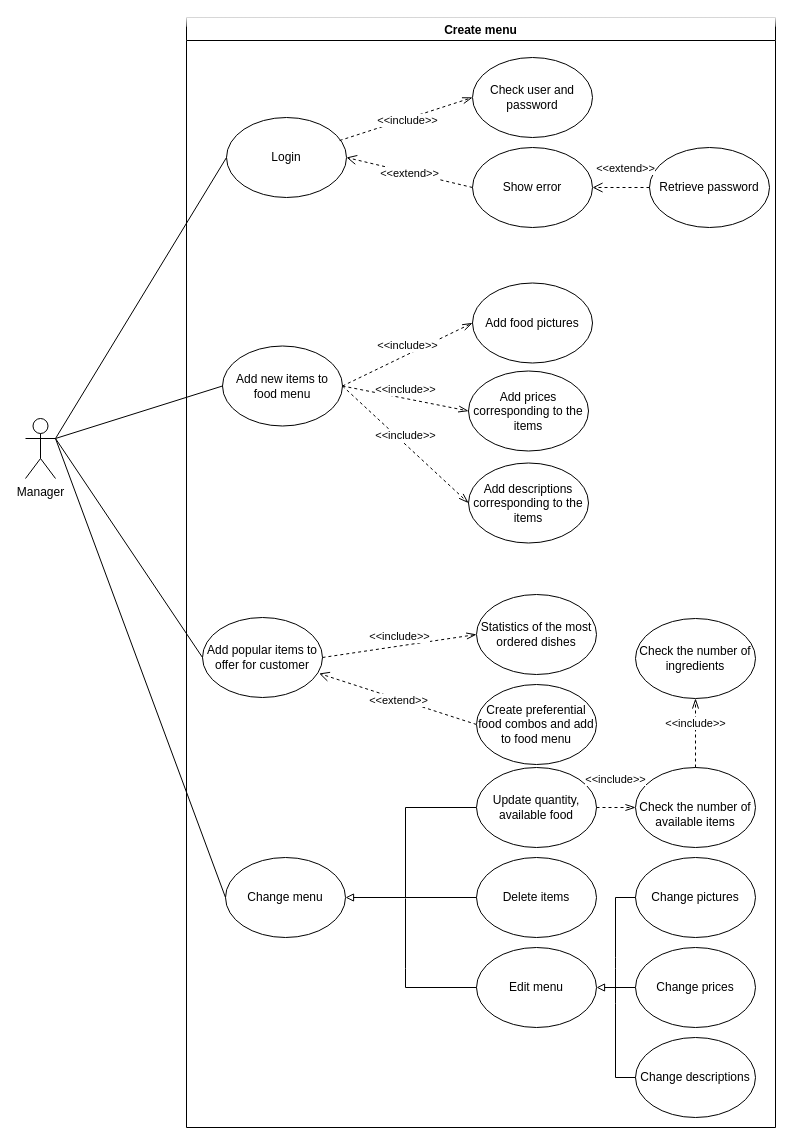
The draw.io diagram task1/task13/CreateMenu/createMenu.drawio in bibom108/Restaurant_POS, before the edit. Source tidied: cells renumbered, new cells numbered last; positions are measured from the earlier drawing's top-left corner, leaving out a move shared by most shapes. Both pictures are drawn from the tidied source at 100%, with x=0, y=0 at pixel (25, 17).
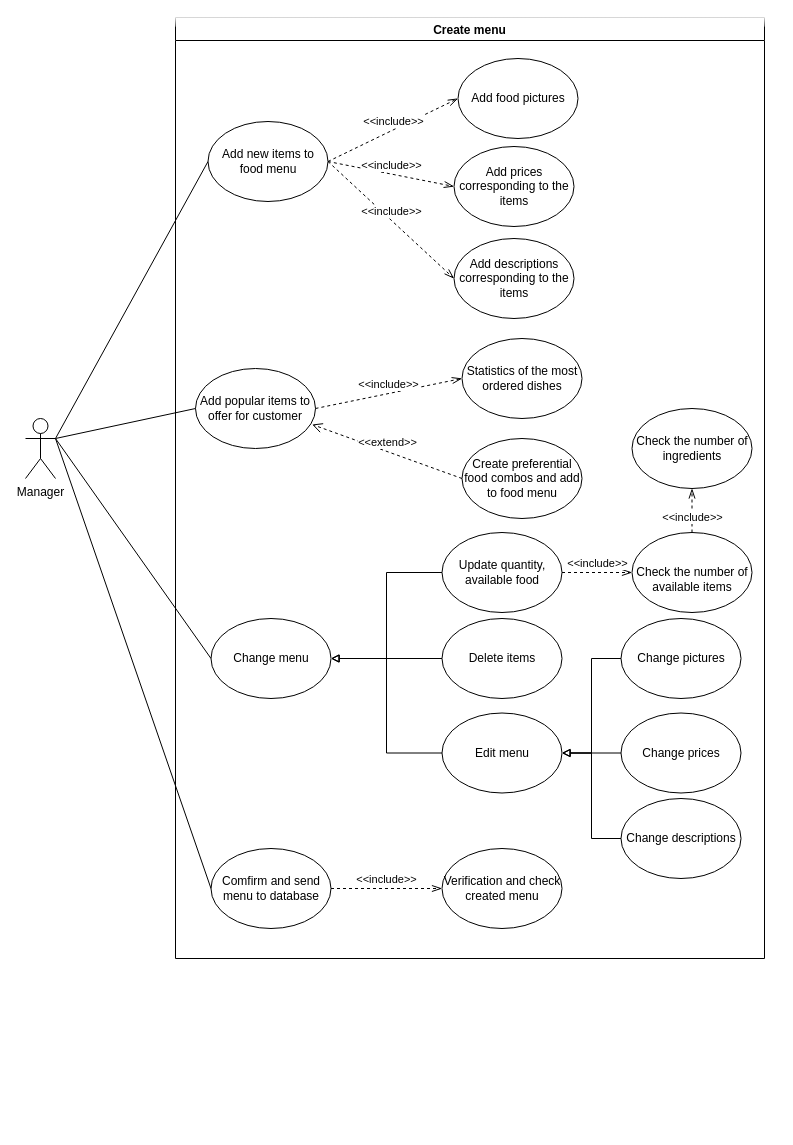
The same page after the edit.

Unchanged cells that the change refers to:
```xml
<mxCell id="35" value="Manager" style="shape=umlActor;verticalLabelPosition=bottom;verticalAlign=top;html=1;outlineConnect=0;" parent="1" vertex="1">
  <mxGeometry y="401" width="30" height="60" as="geometry" />
</mxCell>
```

The edit, as a diff of the source:
```diff
@@
     <mxCell id="2" value="Create menu" style="swimlane;rounded=0;shadow=0;glass=1;sketch=0;fontFamily=Helvetica;strokeColor=#000000;gradientDirection=north;swimlaneFillColor=#ffffff;" parent="1" vertex="1">
-      <mxGeometry x="161" width="589" height="1110" as="geometry" />
+      <mxGeometry x="150" width="589" height="941" as="geometry" />
     </mxCell>
-    <mxCell id="3" value="Login" style="ellipse;whiteSpace=wrap;html=1;rounded=0;shadow=0;glass=1;sketch=0;fontFamily=Helvetica;strokeColor=#000000;" parent="2" vertex="1">
-      <mxGeometry x="40" y="100" width="120" height="80" as="geometry" />
-    </mxCell>
-    <mxCell id="4" value="Check user and password" style="ellipse;whiteSpace=wrap;html=1;rounded=0;shadow=0;glass=1;sketch=0;fontFamily=Helvetica;strokeColor=#000000;" parent="2" vertex="1">
-      <mxGeometry x="286" y="40" width="120" height="80" as="geometry" />
-    </mxCell>
-    <mxCell id="5" value="Show error" style="ellipse;whiteSpace=wrap;html=1;rounded=0;shadow=0;glass=1;sketch=0;fontFamily=Helvetica;strokeColor=#000000;" parent="2" vertex="1">
-      <mxGeometry x="286" y="130" width="120" height="80" as="geometry" />
-    </mxCell>
-    <mxCell id="6" value="&amp;lt;&amp;lt;include&amp;gt;&amp;gt;" style="html=1;verticalAlign=bottom;endArrow=openThin;dashed=1;endSize=8;entryX=0;entryY=0.5;entryDx=0;entryDy=0;exitX=0.943;exitY=0.288;exitDx=0;exitDy=0;exitPerimeter=0;endFill=0;" parent="2" edge="1" source="3" target="4">
-      <mxGeometry x="-0.02" y="-10" relative="1" as="geometry" />
-    </mxCell>
-    <mxCell id="7" value="&amp;lt;&amp;lt;extend&amp;gt;&amp;gt;" style="html=1;verticalAlign=bottom;endArrow=open;dashed=1;endSize=8;exitX=0;exitY=0.5;exitDx=0;exitDy=0;entryX=1;entryY=0.5;entryDx=0;entryDy=0;" parent="2" edge="1" source="5" target="3">
-      <mxGeometry x="-0.05" y="10" relative="1" as="geometry" />
-    </mxCell>
     <mxCell id="8" value="&lt;br&gt;Check the number of available items" style="ellipse;whiteSpace=wrap;html=1;align=center;verticalAlign=middle;labelPosition=center;verticalLabelPosition=middle;" parent="2" vertex="1">
-      <mxGeometry x="449" y="750" width="120" height="80" as="geometry" />
+      <mxGeometry x="456.5" y="515" width="120" height="80" as="geometry" />
     </mxCell>
     <mxCell id="9" value="&lt;div style=&quot;&quot;&gt;&lt;span&gt;Check the number of ingredients&lt;/span&gt;&lt;/div&gt;" style="ellipse;whiteSpace=wrap;html=1;align=center;" parent="2" vertex="1">
-      <mxGeometry x="449" y="601" width="120" height="80" as="geometry" />
+      <mxGeometry x="456.5" y="391" width="120" height="80" as="geometry" />
     </mxCell>
     <mxCell id="10" value="&amp;lt;&amp;lt;include&amp;gt;&amp;gt;" style="html=1;verticalAlign=bottom;endArrow=openThin;dashed=1;endSize=8;exitX=0.5;exitY=0;exitDx=0;exitDy=0;entryX=0.5;entryY=1;entryDx=0;entryDy=0;endFill=0;" parent="2" edge="1" source="8" target="9">
-      <mxGeometry relative="1" as="geometry" />
+      <mxGeometry as="geometry">
+        <mxPoint y="16" as="offset" />
+      </mxGeometry>
     </mxCell>
     <mxCell id="11" value="Change menu" style="ellipse;whiteSpace=wrap;html=1;" parent="2" vertex="1">
-      <mxGeometry x="39" y="840" width="120" height="80" as="geometry" />
+      <mxGeometry x="35.5" y="601" width="120" height="80" as="geometry" />
     </mxCell>
     <mxCell id="12" value="Add new items to food menu" style="ellipse;whiteSpace=wrap;html=1;align=center;verticalAlign=middle;" parent="2" vertex="1">
-      <mxGeometry x="36" y="328.5" width="120" height="80" as="geometry" />
+      <mxGeometry x="32.5" y="104" width="120" height="80" as="geometry" />
     </mxCell>
     <mxCell id="13" value="Add popular items to offer for customer" style="ellipse;whiteSpace=wrap;html=1;align=center;verticalAlign=middle;" parent="2" vertex="1">
-      <mxGeometry x="16" y="600" width="120" height="80" as="geometry" />
+      <mxGeometry x="20" y="351" width="120" height="80" as="geometry" />
     </mxCell>
     <mxCell id="14" value="&amp;lt;&amp;lt;include&amp;gt;&amp;gt;" style="html=1;verticalAlign=bottom;endArrow=openThin;dashed=1;endSize=8;exitX=1;exitY=0.5;exitDx=0;exitDy=0;entryX=0;entryY=0.5;entryDx=0;entryDy=0;endFill=0;" parent="2" edge="1" source="12" target="18">
-      <mxGeometry relative="1" as="geometry" />
+      <mxGeometry x="203.5" y="100" as="geometry" />
     </mxCell>
     <mxCell id="15" value="&amp;lt;&amp;lt;include&amp;gt;&amp;gt;" style="html=1;verticalAlign=bottom;endArrow=openThin;dashed=1;endSize=8;exitX=1;exitY=0.5;exitDx=0;exitDy=0;entryX=0;entryY=0.5;entryDx=0;entryDy=0;endFill=0;" parent="2" edge="1" source="12" target="19">
-      <mxGeometry relative="1" as="geometry" />
+      <mxGeometry x="203.5" y="100" as="geometry" />
     </mxCell>
     <mxCell id="16" value="&amp;lt;&amp;lt;include&amp;gt;&amp;gt;" style="html=1;verticalAlign=bottom;endArrow=openThin;dashed=1;endSize=8;exitX=1;exitY=0.5;exitDx=0;exitDy=0;entryX=0;entryY=0.5;entryDx=0;entryDy=0;endFill=0;" parent="2" edge="1" source="12" target="23">
-      <mxGeometry relative="1" as="geometry" />
+      <mxGeometry x="203.5" y="100" as="geometry" />
     </mxCell>
     <mxCell id="17" value="&amp;lt;&amp;lt;extend&amp;gt;&amp;gt;" style="html=1;verticalAlign=bottom;endArrow=open;dashed=1;endSize=8;exitX=0;exitY=0.5;exitDx=0;exitDy=0;entryX=0.972;entryY=0.7;entryDx=0;entryDy=0;entryPerimeter=0;" parent="2" edge="1" source="22" target="13">
-      <mxGeometry x="-0.05" y="10" relative="1" as="geometry" />
+      <mxGeometry x="203.5" y="100" as="geometry" />
     </mxCell>
     <mxCell id="18" value="Add prices corresponding to the items" style="ellipse;whiteSpace=wrap;html=1;align=center;verticalAlign=middle;" parent="2" vertex="1">
-      <mxGeometry x="282" y="353.5" width="120" height="80" as="geometry" />
+      <mxGeometry x="278.5" y="129" width="120" height="80" as="geometry" />
     </mxCell>
     <mxCell id="19" value="Add descriptions corresponding to the items" style="ellipse;whiteSpace=wrap;html=1;align=center;verticalAlign=middle;" parent="2" vertex="1">
-      <mxGeometry x="282" y="445.5" width="120" height="80" as="geometry" />
+      <mxGeometry x="278.5" y="221" width="120" height="80" as="geometry" />
     </mxCell>
     <mxCell id="20" value="Statistics of the most ordered dishes" style="ellipse;whiteSpace=wrap;html=1;align=center;verticalAlign=middle;" parent="2" vertex="1">
-      <mxGeometry x="290" y="577" width="120" height="80" as="geometry" />
+      <mxGeometry x="286.5" y="321" width="120" height="80" as="geometry" />
     </mxCell>
     <mxCell id="21" value="&amp;lt;&amp;lt;include&amp;gt;&amp;gt;" style="html=1;verticalAlign=bottom;endArrow=openThin;dashed=1;endSize=8;exitX=1;exitY=0.5;exitDx=0;exitDy=0;entryX=0;entryY=0.5;entryDx=0;entryDy=0;endFill=0;" parent="2" edge="1" source="13" target="20">
-      <mxGeometry relative="1" as="geometry" />
+      <mxGeometry x="203.5" y="100" as="geometry" />
     </mxCell>
     <mxCell id="22" value="Create preferential food combos and add to food menu" style="ellipse;whiteSpace=wrap;html=1;align=center;verticalAlign=middle;" parent="2" vertex="1">
-      <mxGeometry x="290" y="667" width="120" height="80" as="geometry" />
+      <mxGeometry x="286.5" y="421" width="120" height="80" as="geometry" />
     </mxCell>
     <mxCell id="23" value="Add food pictures" style="ellipse;whiteSpace=wrap;html=1;align=center;verticalAlign=middle;" parent="2" vertex="1">
-      <mxGeometry x="286" y="265.5" width="120" height="80" as="geometry" />
+      <mxGeometry x="282.5" y="41" width="120" height="80" as="geometry" />
     </mxCell>
     <mxCell id="24" style="edgeStyle=orthogonalEdgeStyle;rounded=0;jettySize=auto;html=1;exitX=0;exitY=0.5;exitDx=0;exitDy=0;entryX=1;entryY=0.5;entryDx=0;entryDy=0;endArrow=block;endFill=0;" parent="2" edge="1" source="25" target="11">
-      <mxGeometry relative="1" as="geometry">
-        <Array as="points">
-          <mxPoint x="219" y="790" />
-          <mxPoint x="219" y="880" />
-        </Array>
-      </mxGeometry>
+      <mxGeometry relative="1" as="geometry" />
     </mxCell>
     <mxCell id="25" value="Update quantity, available food" style="ellipse;whiteSpace=wrap;html=1;" parent="2" vertex="1">
-      <mxGeometry x="290" y="750" width="120" height="80" as="geometry" />
+      <mxGeometry x="266.5" y="515" width="120" height="80" as="geometry" />
     </mxCell>
+    <mxCell id="44" style="edgeStyle=orthogonalEdgeStyle;rounded=0;jettySize=auto;html=1;exitX=0;exitY=0.5;exitDx=0;exitDy=0;entryX=1;entryY=0.5;entryDx=0;entryDy=0;endArrow=block;endFill=0;" parent="2" edge="1" source="26" target="11">
+      <mxGeometry relative="1" as="geometry" />
+    </mxCell>
     <mxCell id="26" value="Delete items" style="ellipse;whiteSpace=wrap;html=1;" parent="2" vertex="1">
-      <mxGeometry x="290" y="840" width="120" height="80" as="geometry" />
+      <mxGeometry x="266.5" y="601" width="120" height="80" as="geometry" />
     </mxCell>
+    <mxCell id="45" style="edgeStyle=orthogonalEdgeStyle;rounded=0;jettySize=auto;html=1;exitX=0;exitY=0.5;exitDx=0;exitDy=0;entryX=1;entryY=0.5;entryDx=0;entryDy=0;endArrow=block;endFill=0;" parent="2" edge="1" source="27" target="11">
+      <mxGeometry relative="1" as="geometry" />
+    </mxCell>
     <mxCell id="27" value="Edit menu" style="ellipse;whiteSpace=wrap;html=1;" parent="2" vertex="1">
-      <mxGeometry x="290" y="930" width="120" height="80" as="geometry" />
+      <mxGeometry x="266.5" y="695.5" width="120" height="80" as="geometry" />
     </mxCell>
+    <mxCell id="46" style="edgeStyle=orthogonalEdgeStyle;rounded=0;jettySize=auto;html=1;exitX=0;exitY=0.5;exitDx=0;exitDy=0;entryX=1;entryY=0.5;entryDx=0;entryDy=0;endArrow=block;endFill=0;" parent="2" edge="1" source="28" target="27">
+      <mxGeometry x="192.5" y="100" as="geometry" />
+    </mxCell>
     <mxCell id="28" value="Change pictures" style="ellipse;whiteSpace=wrap;html=1;" parent="2" vertex="1">
-      <mxGeometry x="449" y="840" width="120" height="80" as="geometry" />
+      <mxGeometry x="445.5" y="601" width="120" height="80" as="geometry" />
     </mxCell>
     <mxCell id="29" style="edgeStyle=orthogonalEdgeStyle;rounded=0;jettySize=auto;html=1;exitX=0;exitY=0.5;exitDx=0;exitDy=0;entryX=1;entryY=0.5;entryDx=0;entryDy=0;endArrow=block;endFill=0;" parent="2" edge="1" source="30" target="27">
-      <mxGeometry relative="1" as="geometry" />
+      <mxGeometry x="203.5" y="100" as="geometry" />
     </mxCell>
     <mxCell id="30" value="Change prices" style="ellipse;whiteSpace=wrap;html=1;" parent="2" vertex="1">
-      <mxGeometry x="449" y="930" width="120" height="80" as="geometry" />
+      <mxGeometry x="445.5" y="695.5" width="120" height="80" as="geometry" />
     </mxCell>
+    <mxCell id="47" style="edgeStyle=orthogonalEdgeStyle;rounded=0;jettySize=auto;html=1;exitX=0;exitY=0.5;exitDx=0;exitDy=0;entryX=1;entryY=0.5;entryDx=0;entryDy=0;endArrow=block;endFill=0;" parent="2" edge="1" source="31" target="27">
+      <mxGeometry x="192.5" y="100" as="geometry" />
+    </mxCell>
     <mxCell id="31" value="Change descriptions" style="ellipse;whiteSpace=wrap;html=1;" parent="2" vertex="1">
-      <mxGeometry x="449" y="1020" width="120" height="80" as="geometry" />
+      <mxGeometry x="445.5" y="781" width="120" height="80" as="geometry" />
     </mxCell>
-    <mxCell id="32" value="Retrieve password" style="ellipse;whiteSpace=wrap;html=1;" parent="2" vertex="1">
-      <mxGeometry x="463" y="130" width="120" height="80" as="geometry" />
-    </mxCell>
-    <mxCell id="33" value="&amp;lt;&amp;lt;extend&amp;gt;&amp;gt;" style="html=1;verticalAlign=bottom;endArrow=open;dashed=1;endSize=8;exitX=0;exitY=0.5;exitDx=0;exitDy=0;entryX=1;entryY=0.5;entryDx=0;entryDy=0;" parent="2" edge="1">
-      <mxGeometry x="-0.16" y="-10" relative="1" as="geometry">
-        <mxPoint x="463" y="170" as="sourcePoint" />
-        <mxPoint x="406" y="170" as="targetPoint" />
-      </mxGeometry>
-    </mxCell>
-    <mxCell id="34" value="&amp;lt;&amp;lt;include&amp;gt;&amp;gt;" style="html=1;verticalAlign=bottom;endArrow=openThin;dashed=1;endSize=8;exitX=1;exitY=0.5;exitDx=0;exitDy=0;entryX=0;entryY=0.5;entryDx=0;entryDy=0;endFill=0;" parent="2" edge="1">
-      <mxGeometry x="-0.03" y="19" relative="1" as="geometry">
-        <mxPoint x="410" y="790" as="sourcePoint" />
-        <mxPoint x="449" y="790" as="targetPoint" />
-      </mxGeometry>
+    <mxCell id="34" value="&amp;lt;&amp;lt;include&amp;gt;&amp;gt;" style="html=1;verticalAlign=bottom;endArrow=openThin;dashed=1;endSize=8;exitX=1;exitY=0.5;exitDx=0;exitDy=0;entryX=0;entryY=0.5;entryDx=0;entryDy=0;endFill=0;" parent="2" edge="1" source="25" target="8">
+      <mxGeometry x="203.5" y="100" as="geometry" />
     </mxCell>
+    <mxCell id="48" value="Comfirm and send menu to database" style="ellipse;whiteSpace=wrap;html=1;" parent="2" vertex="1">
+      <mxGeometry x="35.5" y="831" width="120" height="80" as="geometry" />
+    </mxCell>
+    <mxCell id="49" value="Verification and check created menu" style="ellipse;whiteSpace=wrap;html=1;" parent="2" vertex="1">
+      <mxGeometry x="266.5" y="831" width="120" height="80" as="geometry" />
+    </mxCell>
+    <mxCell id="6" value="&amp;lt;&amp;lt;include&amp;gt;&amp;gt;" style="html=1;verticalAlign=bottom;endArrow=openThin;dashed=1;endSize=8;exitX=1;exitY=0.5;exitDx=0;exitDy=0;entryX=0;entryY=0.5;entryDx=0;entryDy=0;endFill=0;" parent="2" edge="1" source="48" target="49">
+      <mxGeometry x="71" y="529.5" as="geometry" />
+    </mxCell>
+    <mxCell id="50" style="rounded=0;jettySize=auto;html=1;exitX=1;exitY=0.3333333333333333;exitDx=0;exitDy=0;exitPerimeter=0;entryX=0;entryY=0.5;entryDx=0;entryDy=0;endArrow=none;endFill=0;" parent="1" edge="1" source="35" target="48">
+      <mxGeometry relative="1" as="geometry" />
+    </mxCell>
@@
-    <mxCell id="39" style="edgeStyle=none;rounded=0;jettySize=auto;html=1;exitX=0;exitY=0.5;exitDx=0;exitDy=0;entryX=1;entryY=0.3333333333333333;entryDx=0;entryDy=0;entryPerimeter=0;fontFamily=Helvetica;endArrow=none;endFill=0;" parent="1" edge="1" source="3" target="35">
-      <mxGeometry relative="1" as="geometry" />
-    </mxCell>
-    <mxCell id="40" style="edgeStyle=orthogonalEdgeStyle;rounded=0;jettySize=auto;html=1;exitX=0;exitY=0.5;exitDx=0;exitDy=0;endArrow=none;endFill=0;" parent="1" edge="1" source="26">
-      <mxGeometry relative="1" as="geometry">
-        <mxPoint x="380" y="861" as="targetPoint" />
-        <Array as="points">
-          <mxPoint x="380" y="880" />
-        </Array>
-      </mxGeometry>
-    </mxCell>
-    <mxCell id="41" style="edgeStyle=orthogonalEdgeStyle;rounded=0;jettySize=auto;html=1;exitX=0;exitY=0.5;exitDx=0;exitDy=0;endArrow=none;endFill=0;" parent="1" edge="1" source="27">
-      <mxGeometry relative="1" as="geometry">
-        <mxPoint x="380" y="881" as="targetPoint" />
-        <Array as="points">
-          <mxPoint x="380" y="951" />
-          <mxPoint x="380" y="861" />
-        </Array>
-      </mxGeometry>
-    </mxCell>
-    <mxCell id="42" style="edgeStyle=orthogonalEdgeStyle;rounded=0;jettySize=auto;html=1;exitX=0;exitY=0.5;exitDx=0;exitDy=0;endArrow=none;endFill=0;" parent="1" edge="1" source="28">
-      <mxGeometry relative="1" as="geometry">
-        <mxPoint x="590" y="951" as="targetPoint" />
-      </mxGeometry>
-    </mxCell>
-    <mxCell id="43" style="edgeStyle=orthogonalEdgeStyle;rounded=0;jettySize=auto;html=1;exitX=0;exitY=0.5;exitDx=0;exitDy=0;endArrow=none;endFill=0;" parent="1" edge="1" source="31">
-      <mxGeometry relative="1" as="geometry">
-        <mxPoint x="590" y="951" as="targetPoint" />
-      </mxGeometry>
-    </mxCell>
```
